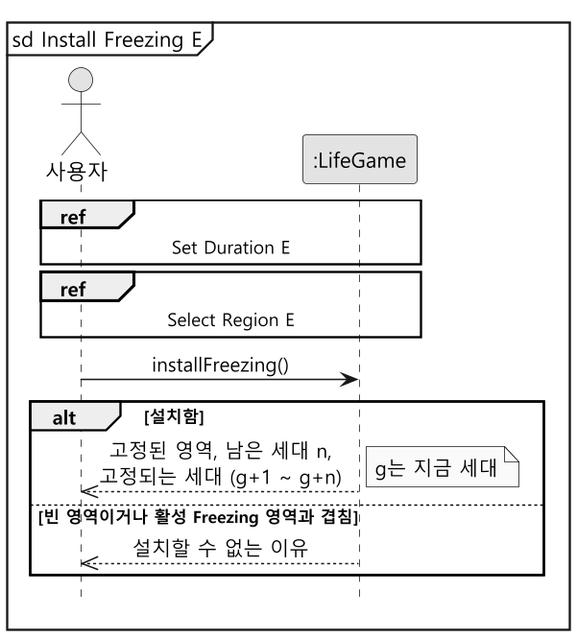
The PlantUML diagram docs/freezing/diagram/ssd-install.png in mckimR1972/DP_team_project, before a commit.
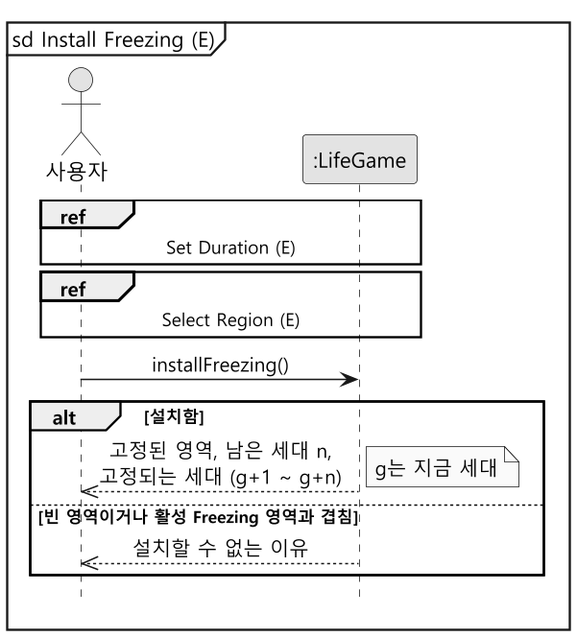
The same diagram one commit later.

Change to the diagram source:
```diff
@@ -5,13 +5,13 @@
 skinparam defaultFontName "Malgun Gothic"
 skinparam sequenceMessageAlign center
 hide footbox
-mainframe sd Install Freezing E
+mainframe sd Install Freezing (E)
 
 actor "사용자" as User
 participant ":LifeGame" as System
 
-ref over User, System : Set Duration E
-ref over User, System : Select Region E
+ref over User, System : Set Duration (E)
+ref over User, System : Select Region (E)
 
 User -> System : installFreezing()
 alt 설치함
```
